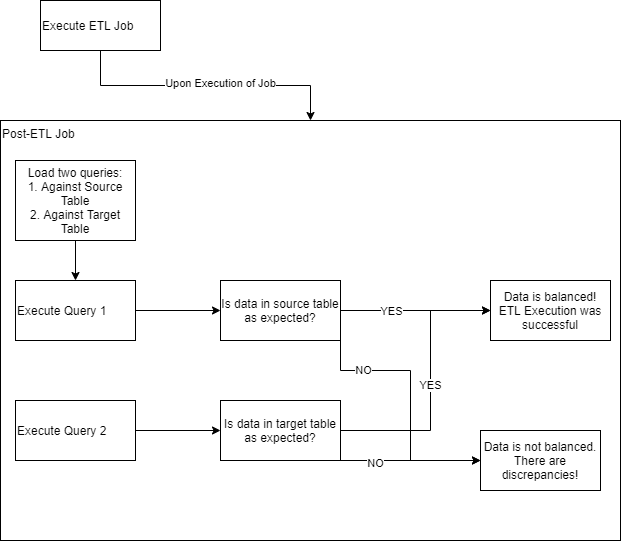
ippontech/blog-usa keeps this draw.io diagram as images/2020/07/abcs-dqm-balance-2.png. Above is the earlier version. Source tidied: cells renumbered, new cells last; positions are measured from the earlier drawing's top-left corner, leaving out a move shared by most shapes.
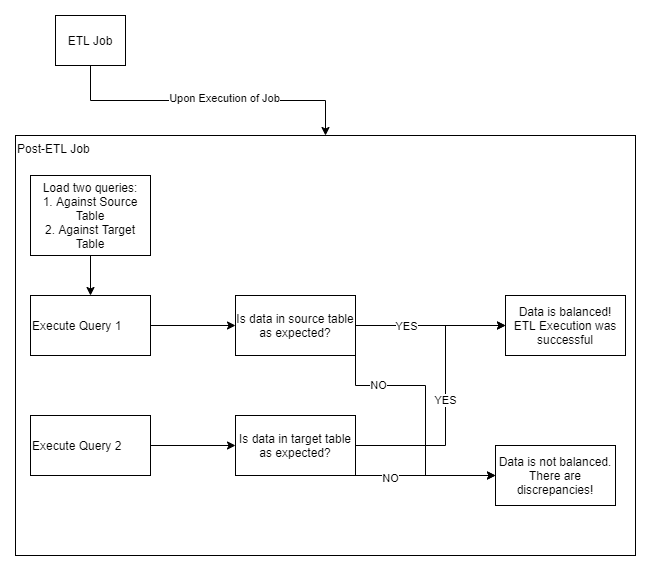
Later version of the same file.

The edit, as a diff of the source:
```diff
@@ -8,8 +8,8 @@
     <mxCell id="3" value="Upon Execution of Job" style="edgeLabel;html=1;align=center;verticalAlign=middle;" parent="2" vertex="1">
       <mxGeometry x="0.1" y="3" relative="1" as="geometry" />
     </mxCell>
-    <mxCell id="4" value="Execute ETL Job" style="rounded=0;whiteSpace=wrap;html=1;align=left;" parent="1" vertex="1">
-      <mxGeometry x="40" width="120" height="50" as="geometry" />
+    <mxCell id="4" value="ETL Job" style="rounded=0;whiteSpace=wrap;html=1;align=center;" parent="1" vertex="1">
+      <mxGeometry x="40" width="70" height="50" as="geometry" />
     </mxCell>
     <mxCell id="5" value="Post-ETL Job" style="rounded=0;whiteSpace=wrap;html=1;align=left;verticalAlign=top;" parent="1" vertex="1">
       <mxGeometry y="120" width="620" height="420" as="geometry" />
```
